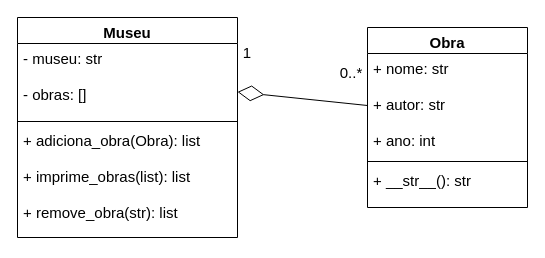
Before: 06-Diagram Museu.drawio in MichelleCordeiro/OOP_python, a draw.io diagram. Source tidied: cells renumbered, new cells numbered last; positions are measured from the earlier drawing's top-left corner, leaving out a move shared by most shapes. Both pictures are drawn from the tidied source at 100%, with x=0, y=0 at pixel (17, 17).
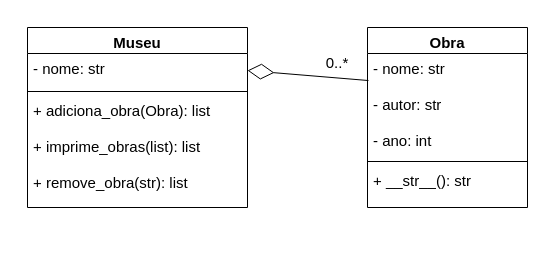
The same page after the edit.

What changed in the source:
```diff
@@
 <mxGraphModel>
   <root>
     <mxCell id="0" />
     <mxCell id="1" parent="0" />
     <mxCell id="2" value="Museu" style="swimlane;fontStyle=1;align=center;verticalAlign=top;horizontal=1;startSize=26;fontSize=15;" parent="1" vertex="1">
-      <mxGeometry width="220" height="220" as="geometry" />
+      <mxGeometry x="10" y="10" width="220" height="180" as="geometry" />
     </mxCell>
-    <mxCell id="3" value="- museu: str&#10;&#10;- obras: []&#10;" style="text;strokeColor=none;fillColor=none;align=left;verticalAlign=top;spacingLeft=4;spacingRight=4;overflow=hidden;points=[[0,0.5],[1,0.5]];portConstraint=eastwest;fontSize=15;" parent="2" vertex="1">
-      <mxGeometry y="26" width="220" height="74" as="geometry" />
+    <mxCell id="3" value="- nome: str&#10;" style="text;strokeColor=none;fillColor=none;align=left;verticalAlign=top;spacingLeft=4;spacingRight=4;overflow=hidden;points=[[0,0.5],[1,0.5]];portConstraint=eastwest;fontSize=15;" parent="2" vertex="1">
+      <mxGeometry y="26" width="220" height="34" as="geometry" />
     </mxCell>
     <mxCell id="4" style="line;strokeWidth=1;fillColor=none;align=left;verticalAlign=middle;spacingTop=-1;spacingLeft=3;spacingRight=3;labelPosition=right;fontSize=15;" parent="2" vertex="1">
-      <mxGeometry y="100" width="220" height="8" as="geometry" />
+      <mxGeometry y="60" width="220" height="8" as="geometry" />
     </mxCell>
     <mxCell id="5" value="+ adiciona_obra(Obra): list&#10;&#10;+ imprime_obras(list): list&#10;&#10;+ remove_obra(str): list&#10;" style="text;strokeColor=none;fillColor=none;align=left;verticalAlign=top;spacingLeft=4;spacingRight=4;overflow=hidden;fontSize=15;" parent="2" vertex="1">
-      <mxGeometry y="108" width="220" height="112" as="geometry" />
+      <mxGeometry y="68" width="220" height="112" as="geometry" />
     </mxCell>
     <mxCell id="6" value="Obra" style="swimlane;fontStyle=1;align=center;verticalAlign=top;horizontal=1;startSize=26;fontSize=15;" parent="1" vertex="1">
       <mxGeometry x="350" y="10" width="160" height="180" as="geometry" />
     </mxCell>
-    <mxCell id="7" value="+ nome: str&#10;&#10;+ autor: str&#10;&#10;+ ano: int&#10;" style="text;strokeColor=none;fillColor=none;align=left;verticalAlign=top;spacingLeft=4;spacingRight=4;overflow=hidden;points=[[0,0.5],[1,0.5]];portConstraint=eastwest;fontSize=15;" parent="6" vertex="1">
+    <mxCell id="7" value="- nome: str&#10;&#10;- autor: str&#10;&#10;- ano: int&#10;" style="text;strokeColor=none;fillColor=none;align=left;verticalAlign=top;spacingLeft=4;spacingRight=4;overflow=hidden;points=[[0,0.5],[1,0.5]];portConstraint=eastwest;fontSize=15;" parent="6" vertex="1">
       <mxGeometry y="26" width="160" height="104" as="geometry" />
     </mxCell>
     <mxCell id="8" style="line;strokeWidth=1;fillColor=none;align=left;verticalAlign=middle;spacingTop=-1;spacingLeft=3;spacingRight=3;labelPosition=right;fontSize=15;" parent="6" vertex="1">
       <mxGeometry y="130" width="160" height="8" as="geometry" />
     </mxCell>
     <mxCell id="9" value="+ __str__(): str&#10;" style="text;strokeColor=none;fillColor=none;align=left;verticalAlign=top;spacingLeft=4;spacingRight=4;overflow=hidden;fontSize=15;" parent="6" vertex="1">
       <mxGeometry y="138" width="160" height="42" as="geometry" />
     </mxCell>
     <mxCell id="10" value="0..*" style="text;html=1;strokeColor=none;fillColor=none;align=center;verticalAlign=middle;whiteSpace=wrap;rounded=0;fontSize=15;" parent="1" vertex="1">
-      <mxGeometry x="304" y="40" width="60" height="30" as="geometry" />
+      <mxGeometry x="290" y="30" width="60" height="30" as="geometry" />
     </mxCell>
-    <mxCell id="11" value="1" style="text;html=1;strokeColor=none;fillColor=none;align=center;verticalAlign=middle;whiteSpace=wrap;rounded=0;fontSize=15;" parent="1" vertex="1">
-      <mxGeometry x="200" y="20" width="60" height="30" as="geometry" />
-    </mxCell>
-    <mxCell id="12" style="endArrow=diamondThin;endFill=0;endSize=24;html=1;rounded=0;fontSize=15;exitX=0;exitY=0.5;exitDx=0;exitDy=0;" parent="1" edge="1" source="7" target="3">
+    <mxCell id="12" style="endArrow=diamondThin;endFill=0;endSize=24;html=1;rounded=0;fontSize=15;entryX=1;entryY=0.5;entryDx=0;entryDy=0;exitX=0.006;exitY=0.26;exitDx=0;exitDy=0;exitPerimeter=0;" parent="1" edge="1" source="7" target="3">
       <mxGeometry relative="1" as="geometry" />
     </mxCell>
   </root>
 </mxGraphModel>
```
